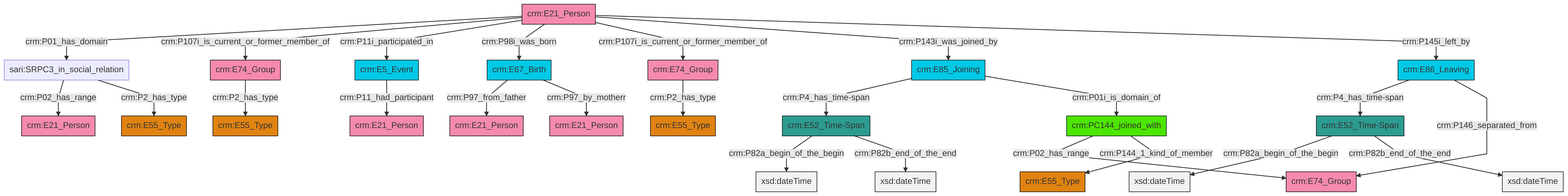
swiss-art-research-net/docs.swissartresearch keeps this Mermaid diagram as et/personCSV/ttl/mmd/png/Person_Actor_Relations.png. Above is the earlier version. Its source is kept beside it as et/personCSV/ttl/mmd/Person_Actor_Relations.ttl.mmd.
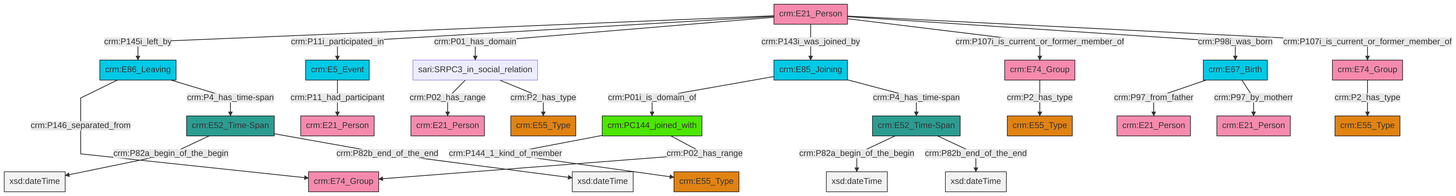
After the change.

Change to the diagram source:
```diff
@@ -13,27 +13,27 @@
 classDef PC_Classes fill:#4ce600, stroke:#000000;
 classDef Multi fill:#cccccc,stroke:#000000;
 
-0["sari:SRPC3_in_social_relation"]:::Default -->|crm:P02_has_range| 1["crm:E21_Person"]:::Actor
-2["crm:E86_Leaving"]:::Temporal_Entity -->|crm:P4_has_time-span| 3["crm:E52_Time-Span"]:::Time-Span
-6["crm:E21_Person"]:::Actor -->|crm:P01_has_domain| 0["sari:SRPC3_in_social_relation"]:::Default
-6["crm:E21_Person"]:::Actor -->|crm:P107i_is_current_or_former_member_of| 7["crm:E74_Group"]:::Actor
-10["crm:E85_Joining"]:::Temporal_Entity -->|crm:P4_has_time-span| 11["crm:E52_Time-Span"]:::Time-Span
-4["crm:E74_Group"]:::Actor -->|crm:P2_has_type| 12["crm:E55_Type"]:::Type
-14["crm:E5_Event"]:::Temporal_Entity -->|crm:P11_had_participant| 15["crm:E21_Person"]:::Actor
-3["crm:E52_Time-Span"]:::Time-Span -->|crm:P82a_begin_of_the_begin| 18[xsd:dateTime]:::Literal
-3["crm:E52_Time-Span"]:::Time-Span -->|crm:P82b_end_of_the_end| 25[xsd:dateTime]:::Literal
-7["crm:E74_Group"]:::Actor -->|crm:P2_has_type| 16["crm:E55_Type"]:::Type
-6["crm:E21_Person"]:::Actor -->|crm:P11i_participated_in| 14["crm:E5_Event"]:::Temporal_Entity
-23["crm:PC144_joined_with"]:::PC_Classes -->|crm:P02_has_range| 29["crm:E74_Group"]:::Actor
-6["crm:E21_Person"]:::Actor -->|crm:P98i_was_born| 8["crm:E67_Birth"]:::Temporal_Entity
-6["crm:E21_Person"]:::Actor -->|crm:P107i_is_current_or_former_member_of| 4["crm:E74_Group"]:::Actor
-11["crm:E52_Time-Span"]:::Time-Span -->|crm:P82a_begin_of_the_begin| 30[xsd:dateTime]:::Literal
-8["crm:E67_Birth"]:::Temporal_Entity -->|crm:P97_from_father| 37["crm:E21_Person"]:::Actor
-6["crm:E21_Person"]:::Actor -->|crm:P143i_was_joined_by| 10["crm:E85_Joining"]:::Temporal_Entity
-10["crm:E85_Joining"]:::Temporal_Entity -->|crm:P01i_is_domain_of| 23["crm:PC144_joined_with"]:::PC_Classes
-2["crm:E86_Leaving"]:::Temporal_Entity -->|crm:P146_separated_from| 29["crm:E74_Group"]:::Actor
-0["sari:SRPC3_in_social_relation"]:::Default -->|crm:P2_has_type| 40["crm:E55_Type"]:::Type
-6["crm:E21_Person"]:::Actor -->|crm:P145i_left_by| 2["crm:E86_Leaving"]:::Temporal_Entity
-8["crm:E67_Birth"]:::Temporal_Entity -->|crm:P97_by_motherr| 32["crm:E21_Person"]:::Actor
-23["crm:PC144_joined_with"]:::PC_Classes -->|crm:P144_1_kind_of_member| 21["crm:E55_Type"]:::Type
-11["crm:E52_Time-Span"]:::Time-Span -->|crm:P82b_end_of_the_end| 46[xsd:dateTime]:::Literal
+0["crm:E21_Person"]:::Actor -->|crm:P145i_left_by| 1["crm:E86_Leaving"]:::Temporal_Entity
+1["crm:E86_Leaving"]:::Temporal_Entity -->|crm:P146_separated_from| 2["crm:E74_Group"]:::Actor
+3["crm:E5_Event"]:::Temporal_Entity -->|crm:P11_had_participant| 4["crm:E21_Person"]:::Actor
+5["crm:E74_Group"]:::Actor -->|crm:P2_has_type| 6["crm:E55_Type"]:::Type
+0["crm:E21_Person"]:::Actor -->|crm:P11i_participated_in| 3["crm:E5_Event"]:::Temporal_Entity
+7["crm:PC144_joined_with"]:::PC_Classes -->|crm:P144_1_kind_of_member| 8["crm:E55_Type"]:::Type
+9["crm:E85_Joining"]:::Temporal_Entity -->|crm:P01i_is_domain_of| 7["crm:PC144_joined_with"]:::PC_Classes
+14["crm:E52_Time-Span"]:::Time-Span -->|crm:P82a_begin_of_the_begin| 15[xsd:dateTime]:::Literal
+10["crm:E52_Time-Span"]:::Time-Span -->|crm:P82a_begin_of_the_begin| 16[xsd:dateTime]:::Literal
+0["crm:E21_Person"]:::Actor -->|crm:P01_has_domain| 17["sari:SRPC3_in_social_relation"]:::Default
+0["crm:E21_Person"]:::Actor -->|crm:P143i_was_joined_by| 9["crm:E85_Joining"]:::Temporal_Entity
+9["crm:E85_Joining"]:::Temporal_Entity -->|crm:P4_has_time-span| 14["crm:E52_Time-Span"]:::Time-Span
+7["crm:PC144_joined_with"]:::PC_Classes -->|crm:P02_has_range| 2["crm:E74_Group"]:::Actor
+14["crm:E52_Time-Span"]:::Time-Span -->|crm:P82b_end_of_the_end| 25[xsd:dateTime]:::Literal
+0["crm:E21_Person"]:::Actor -->|crm:P107i_is_current_or_former_member_of| 27["crm:E74_Group"]:::Actor
+0["crm:E21_Person"]:::Actor -->|crm:P98i_was_born| 21["crm:E67_Birth"]:::Temporal_Entity
+27["crm:E74_Group"]:::Actor -->|crm:P2_has_type| 12["crm:E55_Type"]:::Type
+17["sari:SRPC3_in_social_relation"]:::Default -->|crm:P02_has_range| 37["crm:E21_Person"]:::Actor
+17["sari:SRPC3_in_social_relation"]:::Default -->|crm:P2_has_type| 18["crm:E55_Type"]:::Type
+0["crm:E21_Person"]:::Actor -->|crm:P107i_is_current_or_former_member_of| 5["crm:E74_Group"]:::Actor
+1["crm:E86_Leaving"]:::Temporal_Entity -->|crm:P4_has_time-span| 10["crm:E52_Time-Span"]:::Time-Span
+10["crm:E52_Time-Span"]:::Time-Span -->|crm:P82b_end_of_the_end| 44[xsd:dateTime]:::Literal
+21["crm:E67_Birth"]:::Temporal_Entity -->|crm:P97_from_father| 32["crm:E21_Person"]:::Actor
+21["crm:E67_Birth"]:::Temporal_Entity -->|crm:P97_by_motherr| 38["crm:E21_Person"]:::Actor
```
